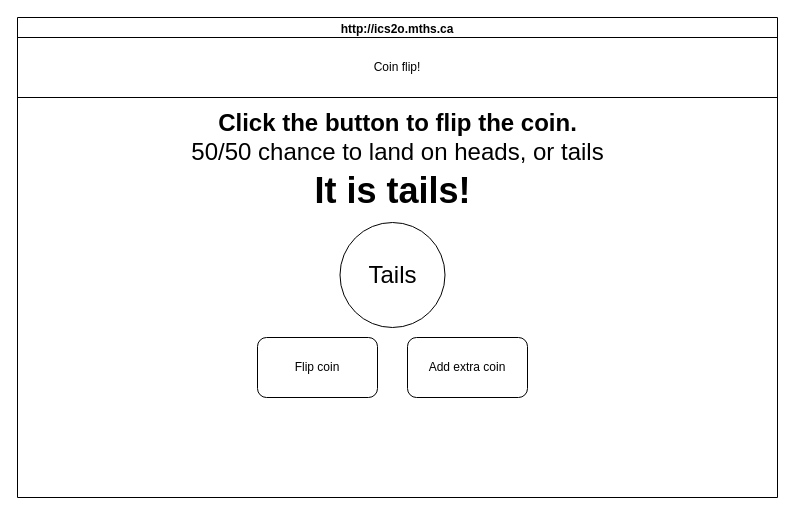
Earlier version of the draw.io diagram design/storyboard.drawio (Fares-Abdelkader/ICS2O-Final-Project-Group15). Source tidied: cells renumbered, new cells numbered last; positions are measured from the earlier drawing's top-left corner, leaving out a move shared by most shapes. Both pictures are drawn from the tidied source at 100%, with x=0, y=0 at pixel (17, 17).
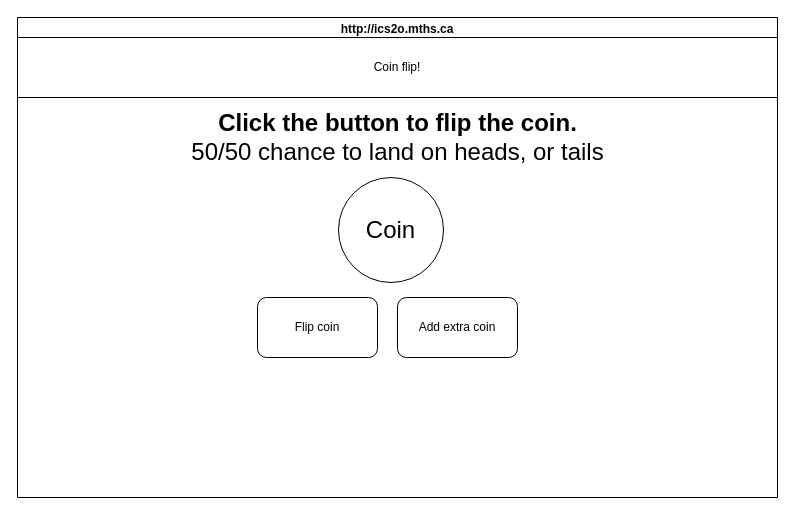
The same page after the edit.

Commit message (it also covers changes not shown here):
finished storyboard

What changed in the source:
```diff
@@
 <mxGraphModel>
   <root>
     <mxCell id="0" />
     <mxCell id="1" parent="0" />
     <mxCell id="2" value="http://ics2o.mths.ca" style="swimlane;whiteSpace=wrap;html=1;" parent="1" vertex="1">
       <mxGeometry width="760" height="480" as="geometry" />
     </mxCell>
     <mxCell id="3" value="Coin flip!" style="rounded=0;whiteSpace=wrap;html=1;" parent="2" vertex="1">
       <mxGeometry y="20" width="760" height="60" as="geometry" />
     </mxCell>
     <mxCell id="4" value="Click the button to flip the coin.&lt;br&gt;&lt;span style=&quot;font-weight: normal;&quot;&gt;50/50 chance to land on heads, or tails&lt;/span&gt;" style="text;strokeColor=none;fillColor=none;html=1;fontSize=24;fontStyle=1;verticalAlign=middle;align=center;" parent="2" vertex="1">
       <mxGeometry x="330" y="100" width="100" height="40" as="geometry" />
     </mxCell>
     <mxCell id="5" value="Flip coin" style="rounded=1;whiteSpace=wrap;html=1;" parent="2" vertex="1">
-      <mxGeometry x="240" y="320" width="120" height="60" as="geometry" />
+      <mxGeometry x="240" y="280" width="120" height="60" as="geometry" />
     </mxCell>
     <mxCell id="6" value="Add extra coin" style="rounded=1;whiteSpace=wrap;html=1;" parent="2" vertex="1">
-      <mxGeometry x="390" y="320" width="120" height="60" as="geometry" />
+      <mxGeometry x="380" y="280" width="120" height="60" as="geometry" />
     </mxCell>
-    <mxCell id="7" value="&lt;font style=&quot;font-size: 36px;&quot;&gt;It is tails!&lt;/font&gt;" style="text;strokeColor=none;fillColor=none;html=1;fontSize=24;fontStyle=1;verticalAlign=middle;align=center;" parent="2" vertex="1">
-      <mxGeometry x="325" y="140" width="100" height="65" as="geometry" />
-    </mxCell>
-    <mxCell id="8" value="&lt;font style=&quot;font-size: 24px;&quot;&gt;Tails&lt;/font&gt;" style="ellipse;whiteSpace=wrap;html=1;" parent="2" vertex="1">
-      <mxGeometry x="322.5" y="205" width="105" height="105" as="geometry" />
+    <mxCell id="8" value="&lt;font style=&quot;font-size: 24px;&quot;&gt;Coin&lt;/font&gt;" style="ellipse;whiteSpace=wrap;html=1;" parent="2" vertex="1">
+      <mxGeometry x="321" y="160" width="105" height="105" as="geometry" />
     </mxCell>
   </root>
 </mxGraphModel>
```
